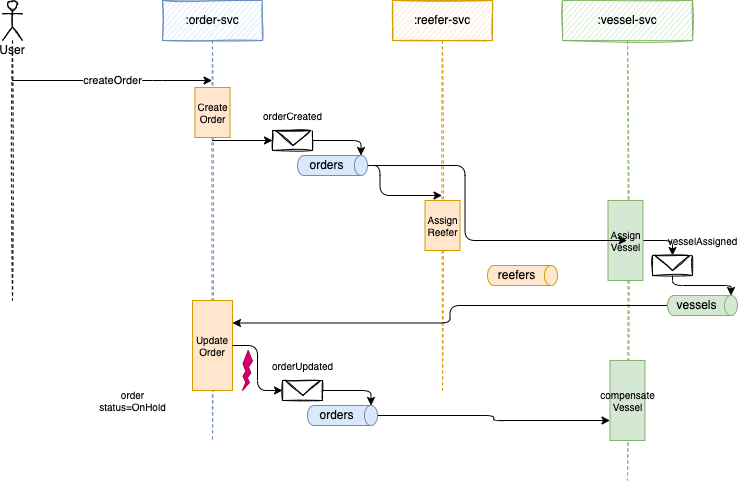
Before: docs/diagrams/saga-flow-2.drawio.png, a diagram exported from draw.io (jbcodeforce/saga-choreography-kafka). Source tidied: cells renumbered, new cells last; positions are measured from the earlier drawing's top-left corner, leaving out a move shared by most shapes.
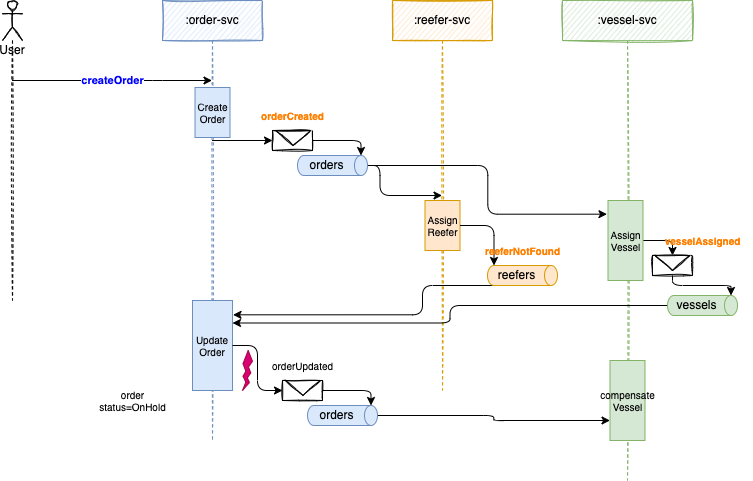
After the change.

What changed in the source:
```diff
@@ -8,16 +8,16 @@
     <mxCell id="3" value=":order-svc" style="shape=umlLifeline;perimeter=lifelinePerimeter;whiteSpace=wrap;html=1;outlineConnect=0;shadow=0;sketch=1;fillColor=#dae8fc;strokeColor=#6c8ebf;" parent="1" vertex="1">
       <mxGeometry x="160" width="100" height="440" as="geometry" />
     </mxCell>
-    <mxCell id="4" value="Create Order" style="rounded=0;whiteSpace=wrap;html=1;shadow=0;fontSize=10;fillColor=#ffe6cc;strokeColor=#d79b00;" parent="3" vertex="1">
+    <mxCell id="4" value="Create Order" style="rounded=0;whiteSpace=wrap;html=1;shadow=0;fontSize=10;fillColor=#dae8fc;strokeColor=#6c8ebf;" parent="3" vertex="1">
       <mxGeometry x="32.5" y="87" width="35" height="50" as="geometry" />
     </mxCell>
-    <mxCell id="5" value="Update Order" style="rounded=0;whiteSpace=wrap;html=1;shadow=0;fontSize=10;fillColor=#ffe6cc;strokeColor=#d79b00;" parent="3" vertex="1">
+    <mxCell id="5" value="Update Order" style="rounded=0;whiteSpace=wrap;html=1;shadow=0;fontSize=10;fillColor=#dae8fc;strokeColor=#6c8ebf;" parent="3" vertex="1">
       <mxGeometry x="30" y="300" width="40" height="90" as="geometry" />
     </mxCell>
     <mxCell id="6" style="verticalLabelPosition=bottom;verticalAlign=top;html=1;shape=mxgraph.basic.flash;fillColor=#d80073;fontColor=#ffffff;strokeColor=#A50040;" parent="3" vertex="1">
       <mxGeometry x="80" y="350" width="10" height="40" as="geometry" />
     </mxCell>
-    <mxCell id="7" value="createOrder" style="edgeStyle=none;html=1;" parent="1" edge="1" source="8" target="3">
+    <mxCell id="7" value="&lt;b&gt;&lt;font color=&quot;#0000ff&quot;&gt;createOrder&lt;/font&gt;&lt;/b&gt;" style="edgeStyle=none;html=1;" parent="1" edge="1" source="8" target="3">
       <mxGeometry relative="1" as="geometry">
         <Array as="points">
           <mxPoint x="150" y="80" />
@@ -60,7 +60,7 @@
     <mxCell id="19" style="edgeStyle=orthogonalEdgeStyle;html=1;fontSize=10;" parent="1" edge="1" source="21" target="9">
       <mxGeometry relative="1" as="geometry" />
     </mxCell>
-    <mxCell id="20" style="edgeStyle=orthogonalEdgeStyle;html=1;fontSize=10;" parent="1" edge="1" source="21" target="11">
+    <mxCell id="20" style="edgeStyle=orthogonalEdgeStyle;html=1;fontSize=10;entryX=-0.029;entryY=0.171;entryDx=0;entryDy=0;entryPerimeter=0;" parent="1" edge="1" source="21" target="13">
       <mxGeometry relative="1" as="geometry" />
     </mxCell>
     <mxCell id="21" value="orders" style="shape=cylinder3;whiteSpace=wrap;html=1;boundedLbl=1;backgroundOutline=1;size=6.498687744140625;strokeColor=#6c8ebf;rotation=90;horizontal=0;fillColor=#dae8fc;" parent="1" vertex="1">
@@ -69,9 +69,17 @@
     <mxCell id="22" style="edgeStyle=orthogonalEdgeStyle;html=1;exitX=1;exitY=0.5;exitDx=0;exitDy=0;entryX=0;entryY=0;entryDx=0;entryDy=6.498687744140625;entryPerimeter=0;" parent="1" edge="1" source="17" target="21">
       <mxGeometry relative="1" as="geometry" />
     </mxCell>
-    <mxCell id="23" value="orderCreated" style="text;html=1;align=center;verticalAlign=middle;strokeColor=none;fillColor=none;shadow=0;sketch=1;fontSize=10;" parent="1" vertex="1">
-      <mxGeometry x="250" y="100" width="80" height="30" as="geometry" />
+    <mxCell id="23" value="&lt;b&gt;&lt;font color=&quot;#ff8000&quot;&gt;orderCreated&lt;/font&gt;&lt;/b&gt;" style="text;html=1;align=center;verticalAlign=middle;strokeColor=none;fillColor=none;shadow=0;sketch=1;fontSize=10;" parent="1" vertex="1">
+      <mxGeometry x="245" y="100" width="90" height="30" as="geometry" />
     </mxCell>
+    <mxCell id="39" style="edgeStyle=orthogonalEdgeStyle;html=1;exitX=1;exitY=0;exitDx=0;exitDy=20.749343872070312;exitPerimeter=0;entryX=1.013;entryY=0.159;entryDx=0;entryDy=0;entryPerimeter=0;fontColor=#FF8000;" parent="1" edge="1" source="24" target="5">
+      <mxGeometry relative="1" as="geometry">
+        <Array as="points">
+          <mxPoint x="420" y="285" />
+          <mxPoint x="420" y="314" />
+        </Array>
+      </mxGeometry>
+    </mxCell>
     <mxCell id="24" value="reefers" style="shape=cylinder3;whiteSpace=wrap;html=1;boundedLbl=1;backgroundOutline=1;size=6.498687744140625;strokeColor=#d79b00;rotation=90;horizontal=0;fillColor=#ffe6cc;" parent="1" vertex="1">
       <mxGeometry x="510" y="240" width="20" height="70" as="geometry" />
     </mxCell>
@@ -84,8 +92,8 @@
     <mxCell id="27" style="edgeStyle=orthogonalEdgeStyle;html=1;entryX=0;entryY=0;entryDx=0;entryDy=6.498687744140625;entryPerimeter=0;fontSize=10;" parent="1" edge="1" source="14" target="26">
       <mxGeometry relative="1" as="geometry" />
     </mxCell>
-    <mxCell id="28" value="vesselAssigned" style="text;html=1;align=center;verticalAlign=middle;strokeColor=none;fillColor=none;fontSize=10;" parent="1" vertex="1">
-      <mxGeometry x="655" y="225" width="90" height="30" as="geometry" />
+    <mxCell id="28" value="&lt;b&gt;&lt;font color=&quot;#ff8000&quot;&gt;vesselAssigned&lt;/font&gt;&lt;/b&gt;" style="text;html=1;align=center;verticalAlign=middle;strokeColor=none;fillColor=none;fontSize=10;" parent="1" vertex="1">
+      <mxGeometry x="650" y="225" width="100" height="30" as="geometry" />
     </mxCell>
     <mxCell id="29" style="group;" parent="1" vertex="1">
       <mxGeometry x="280" y="380" width="40" height="20" as="geometry" />
@@ -117,5 +125,11 @@
     <mxCell id="38" value="compensate Vessel" style="rounded=0;whiteSpace=wrap;html=1;shadow=0;fontSize=10;fillColor=#d5e8d4;strokeColor=#82b366;" parent="1" vertex="1">
       <mxGeometry x="607.5" y="360" width="35" height="80" as="geometry" />
     </mxCell>
+    <mxCell id="40" style="edgeStyle=orthogonalEdgeStyle;html=1;entryX=0;entryY=1;entryDx=0;entryDy=-6.498687744140625;entryPerimeter=0;fontColor=#FF8000;" parent="1" edge="1" source="10" target="24">
+      <mxGeometry relative="1" as="geometry" />
+    </mxCell>
+    <mxCell id="41" value="&lt;b&gt;&lt;font color=&quot;#ff8000&quot;&gt;reeferNotFound&lt;/font&gt;&lt;/b&gt;" style="text;html=1;align=center;verticalAlign=middle;strokeColor=none;fillColor=none;fontSize=10;" parent="1" vertex="1">
+      <mxGeometry x="470" y="235" width="100" height="30" as="geometry" />
+    </mxCell>
   </root>
 </mxGraphModel>
```
